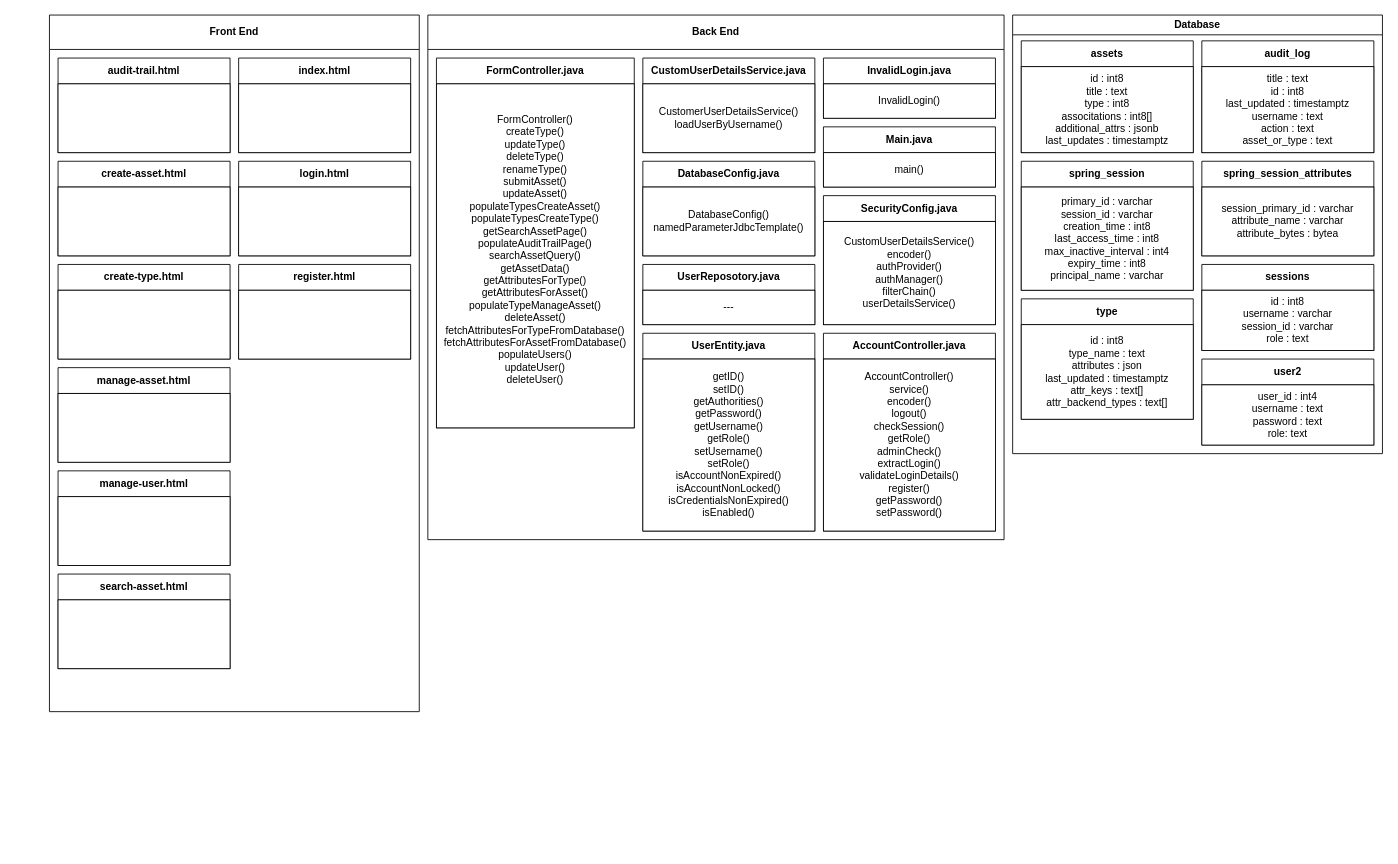
Before: Documents/UML_Package_Diagram.drawio in CharlotteKHL/Asset-Manager-Web-Application, a draw.io diagram. Source tidied: cells renumbered, new cells numbered last; positions are measured from the earlier drawing's top-left corner, leaving out a move shared by most shapes. Both pictures are drawn from the tidied source at 86%, with x=0, y=0 at pixel (49, 15).
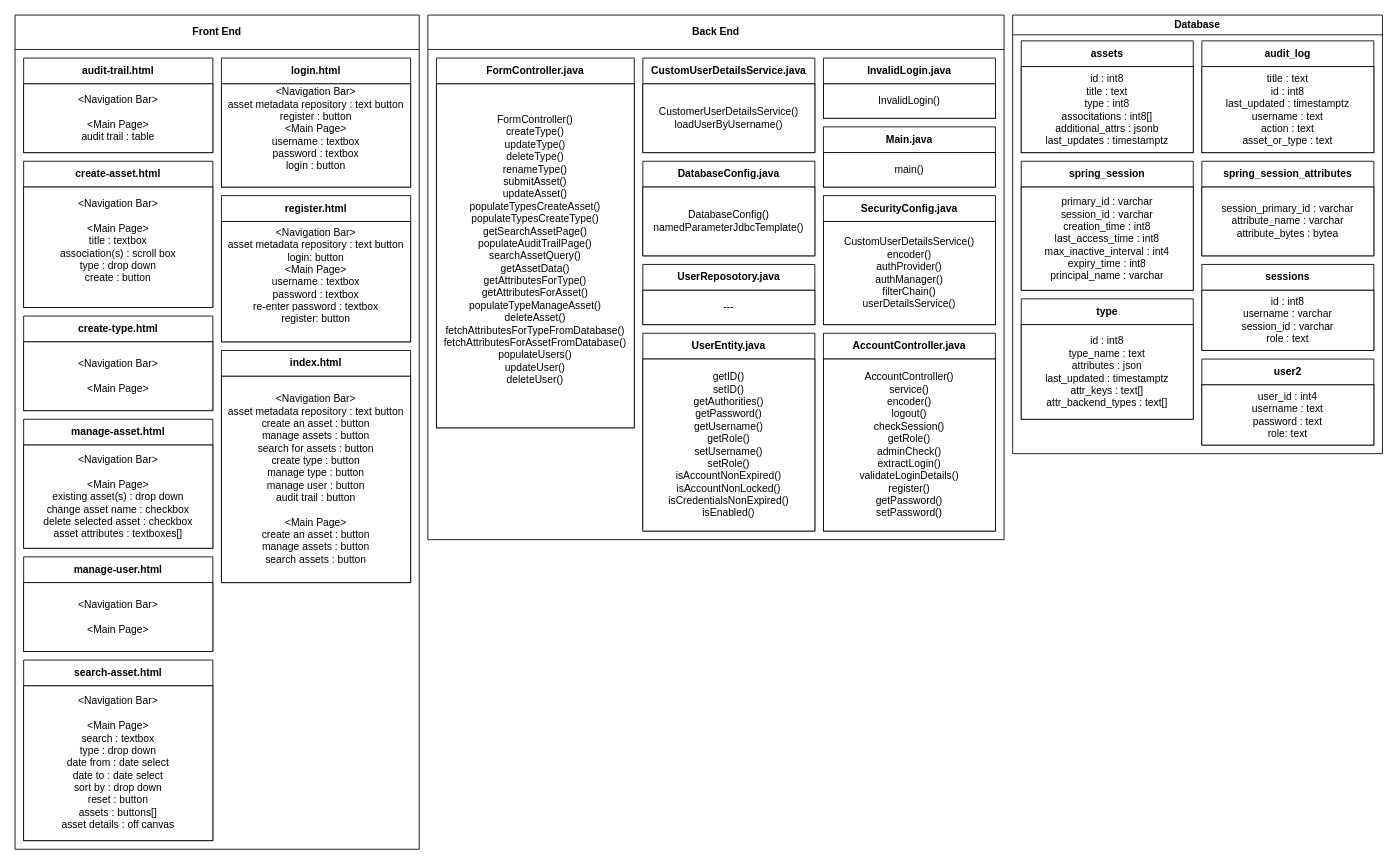
After the change.

Commit message:
front end section almost complete

The edit, as a diff of the source:
```diff
@@
     <mxCell id="21" value="Front End" style="swimlane;whiteSpace=wrap;html=1;startSize=40;" parent="1" vertex="1">
-      <mxGeometry width="430" height="810" as="geometry" />
+      <mxGeometry x="-40" width="470" height="970" as="geometry" />
     </mxCell>
     <mxCell id="22" value="index.html" style="swimlane;whiteSpace=wrap;html=1;startSize=30;" parent="21" vertex="1">
-      <mxGeometry x="220" y="50" width="200" height="110" as="geometry" />
+      <mxGeometry x="240" y="390" width="220" height="270" as="geometry" />
     </mxCell>
-    <mxCell id="23" style="whiteSpace=wrap;html=1;" parent="22" vertex="1">
-      <mxGeometry y="30" width="200" height="80" as="geometry" />
+    <mxCell id="23" value="&lt;span style=&quot;color: rgb(0, 0, 0); font-family: Helvetica; font-size: 12px; font-style: normal; font-variant-ligatures: normal; font-variant-caps: normal; font-weight: 400; letter-spacing: normal; orphans: 2; text-align: center; text-indent: 0px; text-transform: none; widows: 2; word-spacing: 0px; -webkit-text-stroke-width: 0px; background-color: rgb(255, 255, 255); text-decoration-thickness: initial; text-decoration-style: initial; text-decoration-color: initial; float: none; display: inline !important;&quot;&gt;&amp;lt;Navigation Bar&amp;gt;&lt;br&gt;asset metadata repository : text button&lt;/span&gt;&lt;div&gt;create an asset : button&lt;/div&gt;&lt;div&gt;manage assets : button&lt;/div&gt;&lt;div&gt;&lt;span style=&quot;background-color: initial;&quot;&gt;search for assets : button&lt;/span&gt;&lt;br&gt;&lt;/div&gt;&lt;div&gt;&lt;span style=&quot;background-color: initial;&quot;&gt;create type : button&lt;/span&gt;&lt;/div&gt;&lt;div&gt;&lt;span style=&quot;background-color: initial;&quot;&gt;manage type : button&lt;/span&gt;&lt;/div&gt;&lt;div&gt;&lt;span style=&quot;background-color: initial;&quot;&gt;manage user : button&lt;/span&gt;&lt;/div&gt;&lt;div&gt;&lt;span style=&quot;background-color: initial;&quot;&gt;audit trail : button&lt;/span&gt;&lt;/div&gt;&lt;div&gt;&lt;br&gt;&lt;/div&gt;&lt;div&gt;&amp;lt;Main Page&amp;gt;&lt;/div&gt;&lt;div&gt;create an asset : button&lt;/div&gt;&lt;div&gt;manage assets : button&lt;/div&gt;&lt;div&gt;search assets : button&lt;/div&gt;" style="whiteSpace=wrap;html=1;" parent="22" vertex="1">
+      <mxGeometry y="30" width="220" height="240" as="geometry" />
     </mxCell>
     <mxCell id="24" value="login.html" style="swimlane;whiteSpace=wrap;html=1;startSize=30;" parent="21" vertex="1">
-      <mxGeometry x="220" y="170" width="200" height="110" as="geometry" />
+      <mxGeometry x="240" y="50" width="220" height="150" as="geometry" />
     </mxCell>
-    <mxCell id="25" style="whiteSpace=wrap;html=1;" parent="24" vertex="1">
-      <mxGeometry y="30" width="200" height="80" as="geometry" />
+    <mxCell id="25" value="&amp;lt;Navigation Bar&amp;gt;&lt;br&gt;asset metadata repository : text button&lt;br&gt;register : button&lt;br&gt;&amp;lt;Main Page&amp;gt;&lt;br&gt;username : textbox&lt;br&gt;password : textbox&lt;br&gt;login : button&lt;br&gt;&lt;div&gt;&lt;br&gt;&lt;/div&gt;" style="whiteSpace=wrap;html=1;" parent="24" vertex="1">
+      <mxGeometry y="30" width="220" height="120" as="geometry" />
     </mxCell>
     <mxCell id="26" value="register.html" style="swimlane;whiteSpace=wrap;html=1;startSize=30;" parent="21" vertex="1">
-      <mxGeometry x="220" y="290" width="200" height="110" as="geometry" />
+      <mxGeometry x="240" y="210" width="220" height="170" as="geometry" />
     </mxCell>
-    <mxCell id="27" style="whiteSpace=wrap;html=1;" parent="26" vertex="1">
-      <mxGeometry y="30" width="200" height="80" as="geometry" />
+    <mxCell id="27" value="&amp;lt;Navigation Bar&amp;gt;&lt;br&gt;asset metadata repository : text button&lt;br style=&quot;border-color: var(--border-color);&quot;&gt;login: button&lt;br&gt;&amp;lt;Main Page&amp;gt;&lt;br style=&quot;border-color: var(--border-color);&quot;&gt;username : textbox&lt;br style=&quot;border-color: var(--border-color);&quot;&gt;password : textbox&lt;br&gt;re-enter password : textbox&lt;br style=&quot;border-color: var(--border-color);&quot;&gt;register: button&lt;br style=&quot;border-color: var(--border-color);&quot;&gt;&lt;div style=&quot;border-color: var(--border-color);&quot;&gt;&lt;br style=&quot;border-color: var(--border-color);&quot;&gt;&lt;/div&gt;" style="whiteSpace=wrap;html=1;" parent="26" vertex="1">
+      <mxGeometry y="30" width="220" height="140" as="geometry" />
     </mxCell>
     <mxCell id="28" value="audit-trail.html" style="swimlane;whiteSpace=wrap;html=1;startSize=30;" parent="21" vertex="1">
-      <mxGeometry x="10" y="50" width="200" height="110" as="geometry" />
+      <mxGeometry x="10" y="50" width="220" height="110" as="geometry" />
     </mxCell>
-    <mxCell id="29" style="whiteSpace=wrap;html=1;" parent="28" vertex="1">
-      <mxGeometry y="30" width="200" height="80" as="geometry" />
+    <mxCell id="29" value="&amp;lt;Navigation Bar&amp;gt;&lt;br&gt;&lt;br&gt;&amp;lt;Main Page&amp;gt;&lt;br&gt;audit trail : table" style="whiteSpace=wrap;html=1;" parent="28" vertex="1">
+      <mxGeometry y="30" width="220" height="80" as="geometry" />
     </mxCell>
     <mxCell id="30" value="create-asset.html" style="swimlane;whiteSpace=wrap;html=1;startSize=30;" parent="21" vertex="1">
-      <mxGeometry x="10" y="170" width="200" height="110" as="geometry" />
+      <mxGeometry x="10" y="170" width="220" height="170" as="geometry" />
     </mxCell>
-    <mxCell id="31" style="whiteSpace=wrap;html=1;" parent="30" vertex="1">
-      <mxGeometry y="30" width="200" height="80" as="geometry" />
+    <mxCell id="31" value="&amp;lt;Navigation Bar&amp;gt;&lt;br style=&quot;border-color: var(--border-color);&quot;&gt;&lt;br style=&quot;border-color: var(--border-color);&quot;&gt;&amp;lt;Main Page&amp;gt;&lt;br&gt;title : textbox&lt;br&gt;association(s) : scroll box&lt;br&gt;type : drop down&lt;br&gt;create : button&lt;div&gt;&lt;br/&gt;&lt;/div&gt;" style="whiteSpace=wrap;html=1;" parent="30" vertex="1">
+      <mxGeometry y="30" width="220" height="140" as="geometry" />
     </mxCell>
     <mxCell id="32" value="create-type.html" style="swimlane;whiteSpace=wrap;html=1;startSize=30;" parent="21" vertex="1">
-      <mxGeometry x="10" y="290" width="200" height="110" as="geometry" />
+      <mxGeometry x="10" y="350" width="220" height="110" as="geometry" />
     </mxCell>
-    <mxCell id="33" style="whiteSpace=wrap;html=1;" parent="32" vertex="1">
-      <mxGeometry y="30" width="200" height="80" as="geometry" />
+    <mxCell id="33" value="&amp;lt;Navigation Bar&amp;gt;&lt;br style=&quot;border-color: var(--border-color);&quot;&gt;&lt;br style=&quot;border-color: var(--border-color);&quot;&gt;&amp;lt;Main Page&amp;gt;" style="whiteSpace=wrap;html=1;" parent="32" vertex="1">
+      <mxGeometry y="30" width="220" height="80" as="geometry" />
     </mxCell>
     <mxCell id="34" value="manage-asset.html" style="swimlane;whiteSpace=wrap;html=1;startSize=30;" parent="21" vertex="1">
-      <mxGeometry x="10" y="410" width="200" height="110" as="geometry" />
+      <mxGeometry x="10" y="470" width="220" height="150" as="geometry" />
     </mxCell>
-    <mxCell id="35" style="whiteSpace=wrap;html=1;" parent="34" vertex="1">
-      <mxGeometry y="30" width="200" height="80" as="geometry" />
+    <mxCell id="35" value="&amp;lt;Navigation Bar&amp;gt;&lt;br style=&quot;border-color: var(--border-color);&quot;&gt;&lt;br style=&quot;border-color: var(--border-color);&quot;&gt;&amp;lt;Main Page&amp;gt;&lt;br&gt;existing asset(s) : drop down&lt;br&gt;change asset name : checkbox&lt;br&gt;delete selected asset : checkbox&lt;div&gt;asset attributes : textboxes[]&lt;/div&gt;" style="whiteSpace=wrap;html=1;" parent="34" vertex="1">
+      <mxGeometry y="30" width="220" height="120" as="geometry" />
     </mxCell>
     <mxCell id="36" value="manage-user.html" style="swimlane;whiteSpace=wrap;html=1;startSize=30;" parent="21" vertex="1">
-      <mxGeometry x="10" y="530" width="200" height="110" as="geometry" />
+      <mxGeometry x="10" y="630" width="220" height="110" as="geometry" />
     </mxCell>
-    <mxCell id="37" style="whiteSpace=wrap;html=1;" parent="36" vertex="1">
-      <mxGeometry y="30" width="200" height="80" as="geometry" />
+    <mxCell id="37" value="&amp;lt;Navigation Bar&amp;gt;&lt;br style=&quot;border-color: var(--border-color);&quot;&gt;&lt;br style=&quot;border-color: var(--border-color);&quot;&gt;&amp;lt;Main Page&amp;gt;" style="whiteSpace=wrap;html=1;" parent="36" vertex="1">
+      <mxGeometry y="30" width="220" height="80" as="geometry" />
     </mxCell>
     <mxCell id="38" value="search-asset.html" style="swimlane;whiteSpace=wrap;html=1;startSize=30;" parent="21" vertex="1">
-      <mxGeometry x="10" y="650" width="200" height="110" as="geometry" />
+      <mxGeometry x="10" y="750" width="220" height="210" as="geometry" />
     </mxCell>
-    <mxCell id="39" style="whiteSpace=wrap;html=1;" parent="38" vertex="1">
-      <mxGeometry y="30" width="200" height="80" as="geometry" />
+    <mxCell id="39" value="&amp;lt;Navigation Bar&amp;gt;&lt;br style=&quot;border-color: var(--border-color);&quot;&gt;&lt;br style=&quot;border-color: var(--border-color);&quot;&gt;&amp;lt;Main Page&amp;gt;&lt;br&gt;search : textbox&lt;div&gt;type : drop down&lt;/div&gt;&lt;div&gt;date from : date select&lt;/div&gt;&lt;div&gt;date to : date select&lt;/div&gt;&lt;div&gt;sort by : drop down&lt;/div&gt;&lt;div&gt;reset : button&lt;/div&gt;&lt;div&gt;assets : buttons[]&lt;/div&gt;&lt;div&gt;asset details : off canvas&lt;/div&gt;" style="whiteSpace=wrap;html=1;" parent="38" vertex="1">
+      <mxGeometry y="30" width="220" height="180" as="geometry" />
     </mxCell>
```
